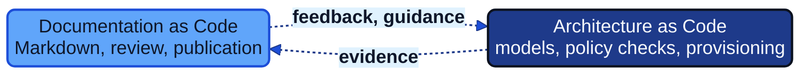
The Mermaid diagram docs/images/diagram_22_tool_alignment.png in Geonitab/architecture_as_code, before a commit. Its source is kept beside it as docs/images/diagram_22_tool_alignment.mmd.
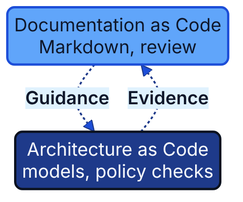
The same file after the commit.

The edit, as a diff of the source:
```diff
@@ -1,6 +1,6 @@
 
-flowchart LR
-    Docs["Documentation as Code<br/>Markdown, review, publication"]:::geon-highlight
-    Models["Architecture as Code<br/>models, policy checks, provisioning"]:::geon-primary
-    Docs -. "feedback, guidance" .-> Models
-    Models -. "evidence" .-> Docs
+flowchart TB
+    Docs["Documentation as Code<br/>Markdown, review"]:::geon-highlight
+    Models["Architecture as Code<br/>models, policy checks"]:::geon-primary
+    Docs -. "Guidance" .-> Models
+    Models -. "Evidence" .-> Docs
```
